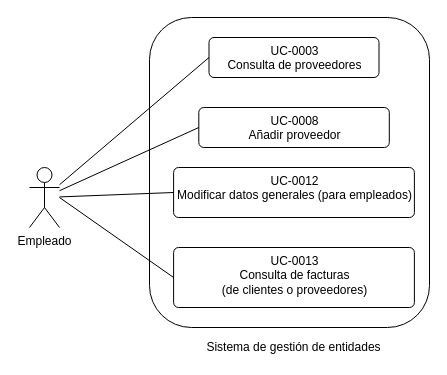
felipescalera/Proyecto-IR keeps this draw.io diagram as page "Page-3" (3 of 4) of diagramas/diagramas de casos de uso/diagramasCasosDeUso.drawio. Above is the earlier version. Source tidied: cells renumbered, new cells numbered last; positions are measured from the earlier drawing's top-left corner, leaving out a move shared by most shapes. Both pictures are drawn from the tidied source at 100%, with x=0, y=0 at pixel (29, 17).
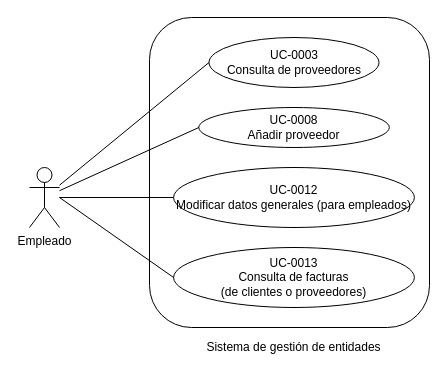
The same diagram, later.

The edit, as a diff of the source:
```diff
@@
 <mxGraphModel>
   <root>
     <mxCell id="0" />
     <mxCell id="1" parent="0" />
     <mxCell id="2" style="rounded=1;whiteSpace=wrap;html=1;" parent="1" vertex="1">
       <mxGeometry x="120" width="280" height="310" as="geometry" />
     </mxCell>
     <mxCell id="3" value="Sistema de gestión de entidades" style="text;html=1;strokeColor=none;fillColor=none;align=center;verticalAlign=middle;whiteSpace=wrap;rounded=0;" parent="1" vertex="1">
       <mxGeometry x="169.3" y="320" width="190.5" height="20" as="geometry" />
     </mxCell>
-    <mxCell id="4" value="UC-0003&lt;br&gt;Consulta de proveedores" style="html=1;align=center;verticalAlign=top;rounded=1;absoluteArcSize=1;arcSize=10;dashed=0;" parent="1" vertex="1">
-      <mxGeometry x="179.5" y="20" width="170" height="40" as="geometry" />
+    <mxCell id="4" value="UC-0003&lt;br&gt;Consulta de proveedores" style="ellipse;whiteSpace=wrap;html=1;" parent="1" vertex="1">
+      <mxGeometry x="179.5" y="20" width="170" height="50" as="geometry" />
     </mxCell>
-    <mxCell id="5" value="UC-0008&lt;br&gt;Añadir proveedor" style="html=1;align=center;verticalAlign=top;rounded=1;absoluteArcSize=1;arcSize=10;dashed=0;" parent="1" vertex="1">
+    <mxCell id="5" value="UC-0008&lt;br&gt;Añadir proveedor" style="ellipse;whiteSpace=wrap;html=1;" parent="1" vertex="1">
       <mxGeometry x="169.3" y="90" width="190.5" height="40" as="geometry" />
     </mxCell>
-    <mxCell id="6" value="UC-0012&lt;br&gt;Modificar datos generales (para empleados)" style="html=1;align=center;verticalAlign=top;rounded=1;absoluteArcSize=1;arcSize=10;dashed=0;" parent="1" vertex="1">
-      <mxGeometry x="144.1" y="150" width="240.8" height="50" as="geometry" />
+    <mxCell id="6" value="UC-0012&lt;br&gt;Modificar datos generales (para empleados)" style="ellipse;whiteSpace=wrap;html=1;" parent="1" vertex="1">
+      <mxGeometry x="144.1" y="150" width="240.8" height="60" as="geometry" />
     </mxCell>
-    <mxCell id="7" value="UC-0013&lt;br&gt;Consulta de facturas &lt;br&gt;(de clientes o proveedores)" style="html=1;align=center;verticalAlign=top;rounded=1;absoluteArcSize=1;arcSize=10;dashed=0;" parent="1" vertex="1">
+    <mxCell id="7" value="UC-0013&lt;br&gt;Consulta de facturas &lt;br&gt;(de clientes o proveedores)" style="ellipse;whiteSpace=wrap;html=1;" parent="1" vertex="1">
       <mxGeometry x="144.1" y="230" width="240.8" height="60" as="geometry" />
     </mxCell>
     <mxCell id="8" value="Empleado" style="shape=umlActor;verticalLabelPosition=bottom;verticalAlign=top;html=1;" parent="1" vertex="1">
       <mxGeometry y="150" width="30" height="60" as="geometry" />
     </mxCell>
     <mxCell id="9" style="endArrow=none;html=1;exitX=0;exitY=0.5;exitDx=0;exitDy=0;" parent="1" edge="1" source="7">
       <mxGeometry relative="1" as="geometry">
         <mxPoint x="30" y="180" as="targetPoint" />
       </mxGeometry>
     </mxCell>
     <mxCell id="10" style="endArrow=none;html=1;entryX=0;entryY=0.5;entryDx=0;entryDy=0;" parent="1" edge="1" source="8" target="6">
       <mxGeometry relative="1" as="geometry" />
     </mxCell>
     <mxCell id="11" style="endArrow=none;html=1;entryX=0;entryY=0.5;entryDx=0;entryDy=0;" parent="1" edge="1" source="8" target="5">
       <mxGeometry relative="1" as="geometry" />
     </mxCell>
     <mxCell id="12" style="endArrow=none;html=1;entryX=0;entryY=0.5;entryDx=0;entryDy=0;" parent="1" edge="1" source="8" target="4">
       <mxGeometry relative="1" as="geometry" />
     </mxCell>
   </root>
 </mxGraphModel>
```
